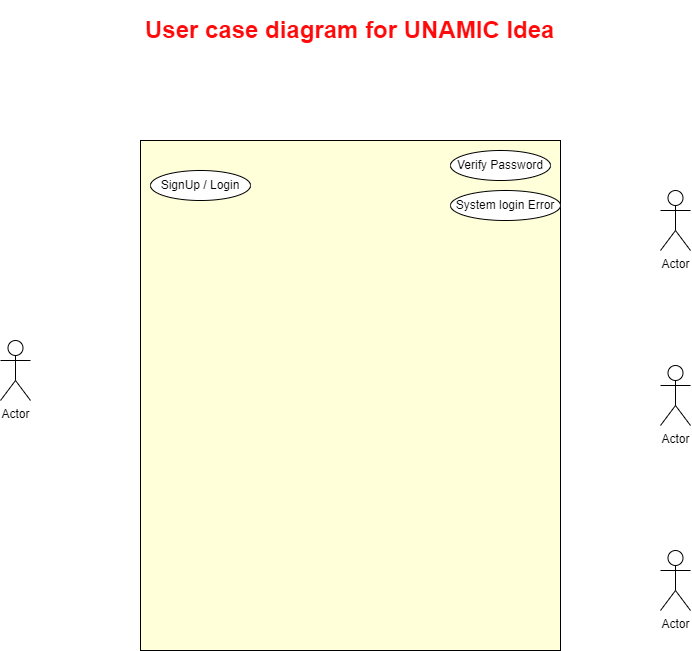
Above: SIH.drawio.png in unsparsh/SIH_2023 (draw.io), before the change. Source tidied: cells renumbered, new cells last; positions are measured from the earlier drawing's top-left corner, leaving out a move shared by most shapes.
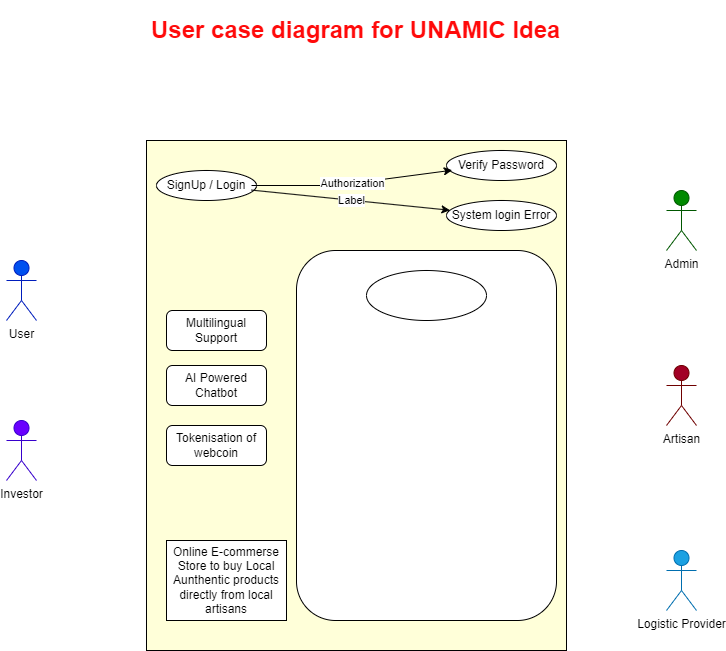
After the commit.

Change to the diagram source:
```diff
@@ -14,23 +14,60 @@
     <mxCell id="5" value="SignUp / Login" style="text;html=1;strokeColor=none;fillColor=none;align=center;verticalAlign=middle;whiteSpace=wrap;rounded=0;" parent="1" vertex="1">
       <mxGeometry x="155" y="160" width="90" height="30" as="geometry" />
     </mxCell>
-    <mxCell id="6" value="Actor" style="shape=umlActor;verticalLabelPosition=bottom;verticalAlign=top;html=1;" parent="1" vertex="1">
-      <mxGeometry y="330" width="30" height="60" as="geometry" />
+    <mxCell id="6" value="&lt;font color=&quot;#000000&quot;&gt;User&lt;/font&gt;" style="shape=umlActor;verticalLabelPosition=bottom;verticalAlign=top;html=1;fillColor=#0050ef;strokeColor=#001DBC;fontColor=#ffffff;" parent="1" vertex="1">
+      <mxGeometry y="250" width="30" height="60" as="geometry" />
     </mxCell>
-    <mxCell id="7" value="Actor" style="shape=umlActor;verticalLabelPosition=bottom;verticalAlign=top;html=1;" parent="1" vertex="1">
+    <mxCell id="7" value="&lt;font color=&quot;#030303&quot;&gt;Admin&lt;/font&gt;" style="shape=umlActor;verticalLabelPosition=bottom;verticalAlign=top;html=1;fillColor=#008a00;fontColor=#ffffff;strokeColor=#005700;" parent="1" vertex="1">
       <mxGeometry x="660" y="180" width="30" height="60" as="geometry" />
     </mxCell>
-    <mxCell id="8" value="Actor" style="shape=umlActor;verticalLabelPosition=bottom;verticalAlign=top;html=1;" parent="1" vertex="1">
+    <mxCell id="8" value="&lt;font color=&quot;#000000&quot;&gt;Artisan&lt;/font&gt;" style="shape=umlActor;verticalLabelPosition=bottom;verticalAlign=top;html=1;fillColor=#a20025;fontColor=#ffffff;strokeColor=#6F0000;" parent="1" vertex="1">
       <mxGeometry x="660" y="355" width="30" height="60" as="geometry" />
     </mxCell>
-    <mxCell id="9" value="Actor" style="shape=umlActor;verticalLabelPosition=bottom;verticalAlign=top;html=1;" parent="1" vertex="1">
+    <mxCell id="9" value="&lt;font color=&quot;#000000&quot;&gt;Logistic Provider&lt;/font&gt;" style="shape=umlActor;verticalLabelPosition=bottom;verticalAlign=top;html=1;fillColor=#1ba1e2;fontColor=#ffffff;strokeColor=#006EAF;" parent="1" vertex="1">
       <mxGeometry x="660" y="540" width="30" height="60" as="geometry" />
     </mxCell>
     <mxCell id="10" value="Verify Password" style="ellipse;whiteSpace=wrap;html=1;" parent="1" vertex="1">
-      <mxGeometry x="450" y="140" width="100" height="30" as="geometry" />
+      <mxGeometry x="440" y="140" width="110" height="30" as="geometry" />
     </mxCell>
     <mxCell id="11" value="System login Error" style="ellipse;whiteSpace=wrap;html=1;" parent="1" vertex="1">
-      <mxGeometry x="450" y="180" width="110" height="30" as="geometry" />
+      <mxGeometry x="440" y="190" width="110" height="30" as="geometry" />
     </mxCell>
+    <mxCell id="12" style="endArrow=classic;html=1;rounded=0;entryX=0.052;entryY=0.657;entryDx=0;entryDy=0;entryPerimeter=0;" parent="1" edge="1" source="5" target="10">
+      <mxGeometry relative="1" as="geometry">
+        <Array as="points">
+          <mxPoint x="330" y="175" />
+        </Array>
+      </mxGeometry>
+    </mxCell>
+    <mxCell id="13" value="Authorization" style="edgeLabel;html=1;align=center;verticalAlign=middle;" parent="12" vertex="1">
+      <mxGeometry relative="1" as="geometry" />
+    </mxCell>
+    <mxCell id="14" style="endArrow=classic;html=1;rounded=0;" parent="1" edge="1" source="5" target="11">
+      <mxGeometry relative="1" as="geometry" />
+    </mxCell>
+    <mxCell id="15" value="Label" style="edgeLabel;html=1;align=center;verticalAlign=middle;" parent="14" vertex="1">
+      <mxGeometry relative="1" as="geometry" />
+    </mxCell>
+    <mxCell id="16" value="Multilingual Support" style="rounded=1;whiteSpace=wrap;html=1;" parent="1" vertex="1">
+      <mxGeometry x="160" y="300" width="100" height="40" as="geometry" />
+    </mxCell>
+    <mxCell id="17" value="AI Powered Chatbot" style="rounded=1;whiteSpace=wrap;html=1;" parent="1" vertex="1">
+      <mxGeometry x="160" y="355" width="100" height="40" as="geometry" />
+    </mxCell>
+    <mxCell id="18" value="Tokenisation of webcoin" style="rounded=1;whiteSpace=wrap;html=1;" parent="1" vertex="1">
+      <mxGeometry x="160" y="415" width="100" height="40" as="geometry" />
+    </mxCell>
+    <mxCell id="19" value="&lt;font color=&quot;#000000&quot;&gt;Investor&lt;/font&gt;" style="shape=umlActor;verticalLabelPosition=bottom;verticalAlign=top;html=1;fillColor=#6a00ff;fontColor=#ffffff;strokeColor=#3700CC;" parent="1" vertex="1">
+      <mxGeometry y="410" width="30" height="60" as="geometry" />
+    </mxCell>
+    <mxCell id="20" value="Online E-commerse Store to buy Local Aunthentic products directly from local artisans" style="rounded=0;whiteSpace=wrap;html=1;" parent="1" vertex="1">
+      <mxGeometry x="160" y="530" width="120" height="80" as="geometry" />
+    </mxCell>
+    <mxCell id="21" style="rounded=1;whiteSpace=wrap;html=1;" parent="1" vertex="1">
+      <mxGeometry x="290" y="240" width="260" height="370" as="geometry" />
+    </mxCell>
+    <mxCell id="22" style="ellipse;whiteSpace=wrap;html=1;" parent="1" vertex="1">
+      <mxGeometry x="360" y="260" width="120" height="50" as="geometry" />
+    </mxCell>
   </root>
 </mxGraphModel>
```
